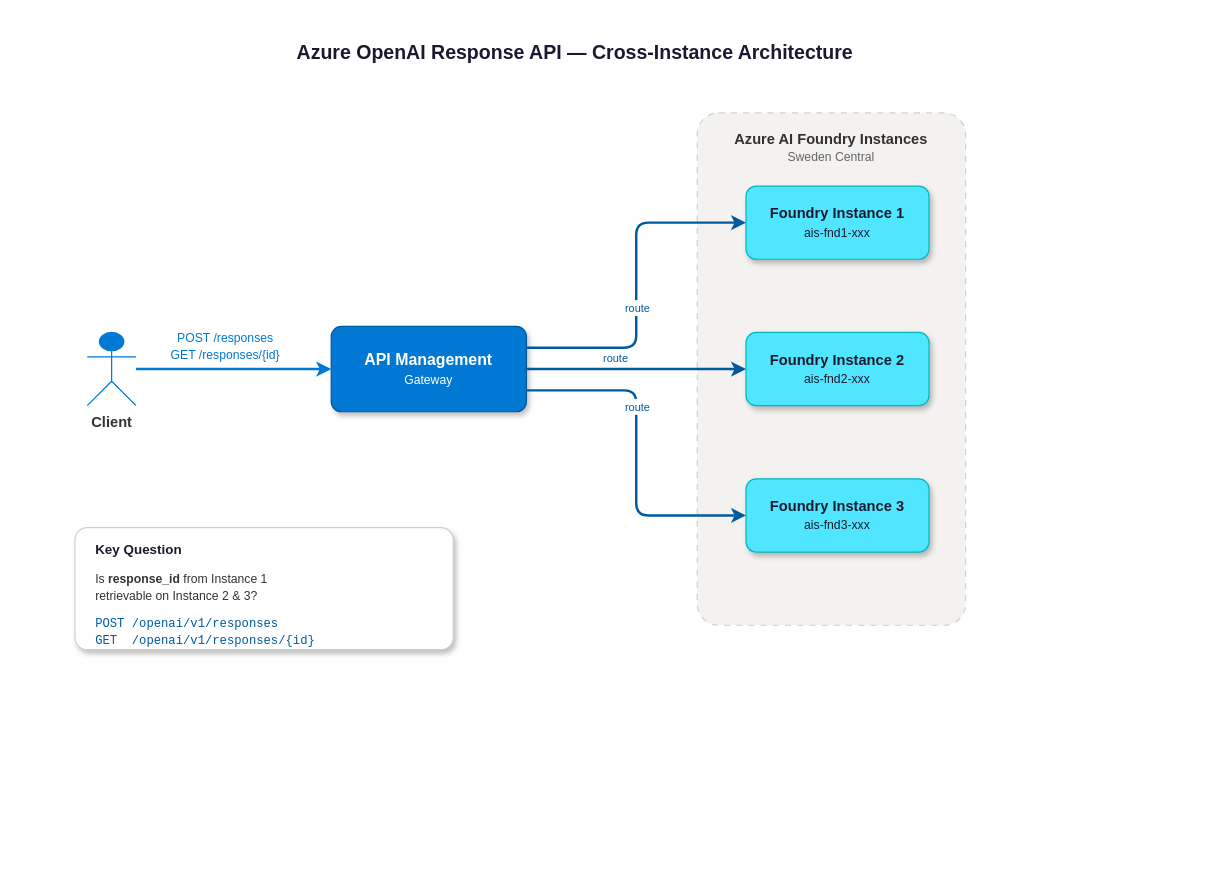
san360/response-api-state keeps this draw.io diagram as api.drawio. Above is the earlier version. Source tidied: cells renumbered, new cells numbered last; positions are measured from the earlier drawing's top-left corner, leaving out a move shared by most shapes. Both pictures are drawn from the tidied source at 122%, with x=0, y=0 at pixel (74, 27).
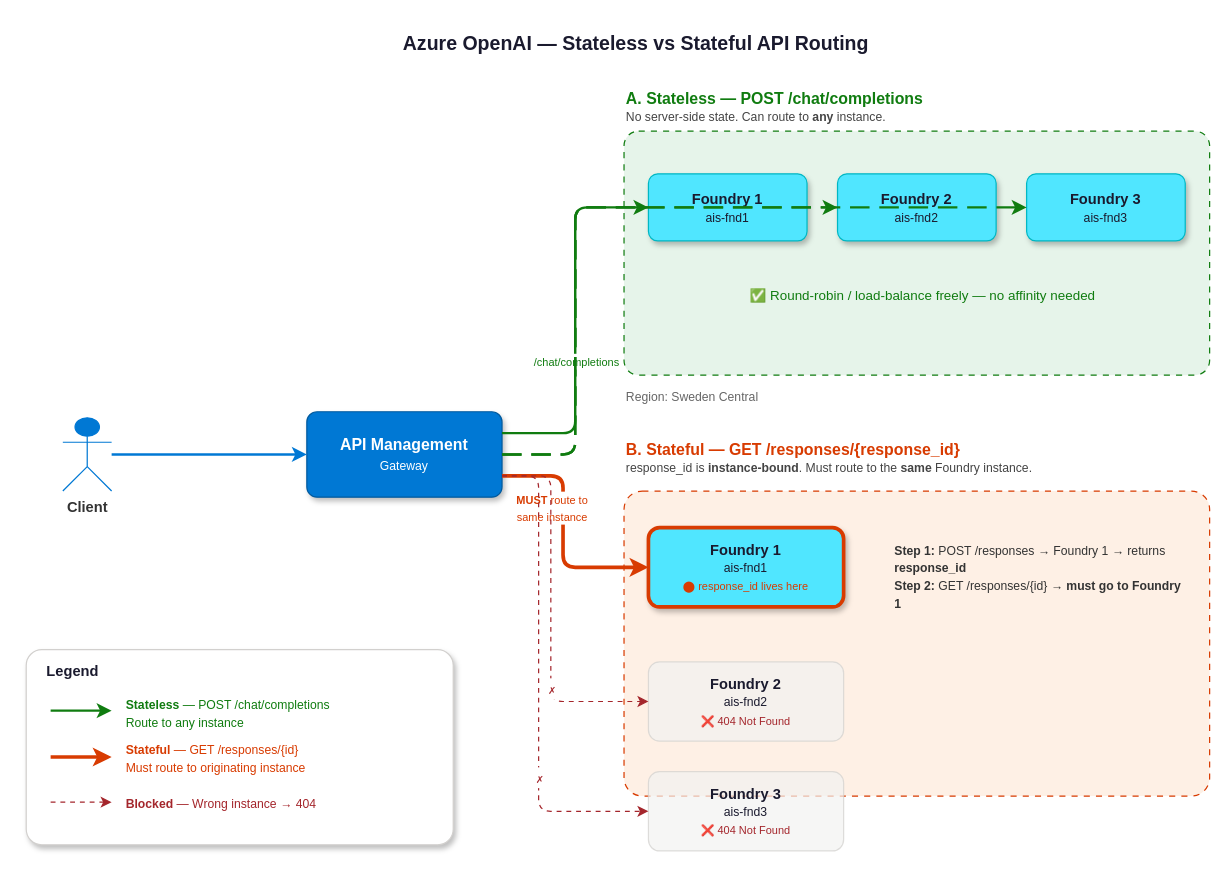
The same page after the edit.

The edit, as a diff of the source:
```diff
@@
-    <mxCell id="2" value="&lt;b&gt;Azure OpenAI Response API — Cross-Instance Architecture&lt;/b&gt;" style="text;html=1;align=center;verticalAlign=middle;whiteSpace=wrap;rounded=0;fontSize=16;fontColor=#1A1A2E;" parent="1" vertex="1">
-      <mxGeometry x="130" width="560" height="40" as="geometry" />
+    <mxCell id="2" value="&lt;b style=&quot;font-size:16px;&quot;&gt;Azure OpenAI — Stateless vs Stateful API Routing&lt;/b&gt;" style="text;html=1;align=center;verticalAlign=middle;whiteSpace=wrap;rounded=0;fontColor=#1A1A2E;" parent="1" vertex="1">
+      <mxGeometry x="180" y="-5" width="560" height="35" as="geometry" />
     </mxCell>
     <mxCell id="3" value="Client" style="shape=umlActor;verticalLabelPosition=bottom;verticalAlign=top;html=1;outlineConnect=0;fillColor=#0078D4;fontColor=#333333;strokeColor=#0078D4;fontSize=12;fontStyle=1;" parent="1" vertex="1">
-      <mxGeometry x="10" y="250" width="40" height="60" as="geometry" />
+      <mxGeometry x="-10" y="320" width="40" height="60" as="geometry" />
     </mxCell>
     <mxCell id="4" value="&lt;b&gt;API Management&lt;/b&gt;&lt;br&gt;&lt;font style=&quot;font-size:10px;&quot;&gt;Gateway&lt;/font&gt;" style="rounded=1;whiteSpace=wrap;html=1;fillColor=#0078D4;fontColor=#FFFFFF;strokeColor=#005A9E;arcSize=12;shadow=1;fontSize=13;" parent="1" vertex="1">
-      <mxGeometry x="210" y="245" width="160" height="70" as="geometry" />
+      <mxGeometry x="190" y="315" width="160" height="70" as="geometry" />
     </mxCell>
+    <mxCell id="9" style="edgeStyle=orthogonalEdgeStyle;html=1;rounded=1;strokeColor=#0078D4;strokeWidth=2;entryX=0;entryY=0.5;entryDx=0;entryDy=0;" parent="1" edge="1" source="3" target="4">
+      <mxGeometry relative="1" as="geometry" />
+    </mxCell>
+    <mxCell id="21" value="&lt;b style=&quot;font-size:13px;color:#107C10;&quot;&gt;A. Stateless — POST /chat/completions&lt;/b&gt;&lt;br&gt;&lt;font style=&quot;font-size:10px;color:#444;&quot;&gt;No server-side state. Can route to &lt;b&gt;any&lt;/b&gt; instance.&lt;/font&gt;" style="text;html=1;align=left;verticalAlign=middle;whiteSpace=wrap;rounded=0;" parent="1" vertex="1">
+      <mxGeometry x="450" y="45" width="360" height="40" as="geometry" />
+    </mxCell>
-    <mxCell id="5" value="&lt;b&gt;Azure AI Foundry Instances&lt;/b&gt;&lt;br&gt;&lt;font style=&quot;font-size:10px;color:#666;&quot;&gt;Sweden Central&lt;/font&gt;" style="rounded=1;whiteSpace=wrap;html=1;fillColor=#F3F2F1;strokeColor=#D2D0CE;dashed=1;dashPattern=5 5;verticalAlign=top;align=center;fontSize=12;fontColor=#323130;arcSize=8;spacingTop=8;" parent="1" vertex="1">
-      <mxGeometry x="510" y="70" width="220" height="420" as="geometry" />
+    <mxCell id="5" style="rounded=1;whiteSpace=wrap;html=1;fillColor=#E6F4EA;strokeColor=#107C10;dashed=1;dashPattern=5 5;verticalAlign=top;align=center;fontSize=12;fontColor=#323130;arcSize=6;" parent="1" vertex="1">
+      <mxGeometry x="450" y="85" width="480" height="200" as="geometry" />
     </mxCell>
-    <mxCell id="6" value="&lt;b&gt;Foundry Instance 1&lt;/b&gt;&lt;br&gt;&lt;font style=&quot;font-size:10px;&quot;&gt;ais-fnd1-xxx&lt;/font&gt;" style="rounded=1;whiteSpace=wrap;html=1;fillColor=#50E6FF;fontColor=#1A1A2E;strokeColor=#00B7C3;arcSize=14;shadow=1;fontSize=12;" parent="1" vertex="1">
-      <mxGeometry x="550" y="130" width="150" height="60" as="geometry" />
+    <mxCell id="6" value="&lt;b&gt;Foundry 1&lt;/b&gt;&lt;br&gt;&lt;font style=&quot;font-size:10px;&quot;&gt;ais-fnd1&lt;/font&gt;" style="rounded=1;whiteSpace=wrap;html=1;fillColor=#50E6FF;fontColor=#1A1A2E;strokeColor=#00B7C3;arcSize=14;shadow=1;fontSize=12;" parent="1" vertex="1">
+      <mxGeometry x="470" y="120" width="130" height="55" as="geometry" />
     </mxCell>
-    <mxCell id="7" value="&lt;b&gt;Foundry Instance 2&lt;/b&gt;&lt;br&gt;&lt;font style=&quot;font-size:10px;&quot;&gt;ais-fnd2-xxx&lt;/font&gt;" style="rounded=1;whiteSpace=wrap;html=1;fillColor=#50E6FF;fontColor=#1A1A2E;strokeColor=#00B7C3;arcSize=14;shadow=1;fontSize=12;" parent="1" vertex="1">
-      <mxGeometry x="550" y="250" width="150" height="60" as="geometry" />
+    <mxCell id="7" value="&lt;b&gt;Foundry 2&lt;/b&gt;&lt;br&gt;&lt;font style=&quot;font-size:10px;&quot;&gt;ais-fnd2&lt;/font&gt;" style="rounded=1;whiteSpace=wrap;html=1;fillColor=#50E6FF;fontColor=#1A1A2E;strokeColor=#00B7C3;arcSize=14;shadow=1;fontSize=12;" parent="1" vertex="1">
+      <mxGeometry x="625" y="120" width="130" height="55" as="geometry" />
     </mxCell>
-    <mxCell id="8" value="&lt;b&gt;Foundry Instance 3&lt;/b&gt;&lt;br&gt;&lt;font style=&quot;font-size:10px;&quot;&gt;ais-fnd3-xxx&lt;/font&gt;" style="rounded=1;whiteSpace=wrap;html=1;fillColor=#50E6FF;fontColor=#1A1A2E;strokeColor=#00B7C3;arcSize=14;shadow=1;fontSize=12;" parent="1" vertex="1">
-      <mxGeometry x="550" y="370" width="150" height="60" as="geometry" />
+    <mxCell id="8" value="&lt;b&gt;Foundry 3&lt;/b&gt;&lt;br&gt;&lt;font style=&quot;font-size:10px;&quot;&gt;ais-fnd3&lt;/font&gt;" style="rounded=1;whiteSpace=wrap;html=1;fillColor=#50E6FF;fontColor=#1A1A2E;strokeColor=#00B7C3;arcSize=14;shadow=1;fontSize=12;" parent="1" vertex="1">
+      <mxGeometry x="780" y="120" width="130" height="55" as="geometry" />
     </mxCell>
-    <mxCell id="9" style="edgeStyle=orthogonalEdgeStyle;html=1;rounded=1;strokeColor=#0078D4;strokeWidth=2;entryX=0;entryY=0.5;entryDx=0;entryDy=0;" parent="1" edge="1" source="3" target="4">
-      <mxGeometry relative="1" as="geometry" />
-    </mxCell>
-    <mxCell id="10" value="&lt;font style=&quot;font-size:10px;&quot;&gt;POST /responses&lt;br&gt;GET /responses/{id}&lt;/font&gt;" style="edgeLabel;html=1;align=center;verticalAlign=middle;fontColor=#0078D4;labelBackgroundColor=#FFFFFF;" parent="9" vertex="1">
-      <mxGeometry x="-0.1" relative="1" as="geometry">
-        <mxPoint y="-20" as="offset" />
-      </mxGeometry>
-    </mxCell>
+    <mxCell id="22" value="&lt;font style=&quot;font-size:11px;color:#107C10;&quot;&gt;✅ Round-robin / load-balance freely — no affinity needed&lt;/font&gt;" style="text;html=1;align=center;verticalAlign=middle;whiteSpace=wrap;rounded=0;" parent="1" vertex="1">
+      <mxGeometry x="500" y="205" width="390" height="30" as="geometry" />
+    </mxCell>
-    <mxCell id="11" style="edgeStyle=orthogonalEdgeStyle;html=1;rounded=1;strokeColor=#005A9E;strokeWidth=2;entryX=0;entryY=0.5;entryDx=0;entryDy=0;exitX=1;exitY=0.25;exitDx=0;exitDy=0;" parent="1" edge="1" source="4" target="6">
-      <mxGeometry relative="1" as="geometry" />
+    <mxCell id="11" style="edgeStyle=orthogonalEdgeStyle;html=1;rounded=1;strokeColor=#107C10;strokeWidth=2;exitX=1;exitY=0.25;exitDx=0;exitDy=0;entryX=0;entryY=0.5;entryDx=0;entryDy=0;" parent="1" edge="1" source="4" target="6">
+      <mxGeometry relative="1" as="geometry">
+        <Array as="points">
+          <mxPoint x="410" y="333" />
+          <mxPoint x="410" y="148" />
+        </Array>
+      </mxGeometry>
     </mxCell>
-    <mxCell id="12" value="&lt;font style=&quot;font-size:9px;&quot;&gt;route&lt;/font&gt;" style="edgeLabel;html=1;align=center;verticalAlign=middle;fontColor=#005A9E;labelBackgroundColor=#FFFFFF;" parent="11" vertex="1">
-      <mxGeometry x="-0.2" relative="1" as="geometry">
-        <mxPoint y="-10" as="offset" />
+    <mxCell id="12" value="&lt;font style=&quot;font-size:9px;color:#107C10;&quot;&gt;/chat/completions&lt;/font&gt;" style="edgeLabel;html=1;align=center;verticalAlign=middle;labelBackgroundColor=#FFFFFF;" parent="11" vertex="1">
+      <mxGeometry x="-0.3" relative="1" as="geometry">
+        <mxPoint y="-12" as="offset" />
       </mxGeometry>
     </mxCell>
-    <mxCell id="13" style="edgeStyle=orthogonalEdgeStyle;html=1;rounded=1;strokeColor=#005A9E;strokeWidth=2;entryX=0;entryY=0.5;entryDx=0;entryDy=0;exitX=1;exitY=0.5;exitDx=0;exitDy=0;" parent="1" edge="1" source="4" target="7">
-      <mxGeometry relative="1" as="geometry" />
+    <mxCell id="13" style="edgeStyle=orthogonalEdgeStyle;html=1;rounded=1;strokeColor=#107C10;strokeWidth=2;dashed=1;dashPattern=8 4;entryX=0;entryY=0.5;entryDx=0;entryDy=0;" parent="1" edge="1" source="4" target="7">
+      <mxGeometry relative="1" as="geometry">
+        <Array as="points">
+          <mxPoint x="410" y="350" />
+          <mxPoint x="410" y="148" />
+        </Array>
+      </mxGeometry>
     </mxCell>
-    <mxCell id="14" value="&lt;font style=&quot;font-size:9px;&quot;&gt;route&lt;/font&gt;" style="edgeLabel;html=1;align=center;verticalAlign=middle;fontColor=#005A9E;labelBackgroundColor=#FFFFFF;" parent="13" vertex="1">
-      <mxGeometry x="-0.2" relative="1" as="geometry">
-        <mxPoint y="-10" as="offset" />
-      </mxGeometry>
-    </mxCell>
-    <mxCell id="15" style="edgeStyle=orthogonalEdgeStyle;html=1;rounded=1;strokeColor=#005A9E;strokeWidth=2;entryX=0;entryY=0.5;entryDx=0;entryDy=0;exitX=1;exitY=0.75;exitDx=0;exitDy=0;" parent="1" edge="1" source="4" target="8">
-      <mxGeometry relative="1" as="geometry" />
+    <mxCell id="15" style="edgeStyle=orthogonalEdgeStyle;html=1;rounded=1;strokeColor=#107C10;strokeWidth=2;dashed=1;dashPattern=8 4;entryX=0;entryY=0.5;entryDx=0;entryDy=0;" parent="1" edge="1" source="4" target="8">
+      <mxGeometry relative="1" as="geometry">
+        <Array as="points">
+          <mxPoint x="410" y="350" />
+          <mxPoint x="410" y="148" />
+        </Array>
+      </mxGeometry>
     </mxCell>
-    <mxCell id="16" value="&lt;font style=&quot;font-size:9px;&quot;&gt;route&lt;/font&gt;" style="edgeLabel;html=1;align=center;verticalAlign=middle;fontColor=#005A9E;labelBackgroundColor=#FFFFFF;" parent="15" vertex="1">
-      <mxGeometry x="-0.2" relative="1" as="geometry">
-        <mxPoint y="-10" as="offset" />
-      </mxGeometry>
-    </mxCell>
+    <mxCell id="23" value="&lt;b style=&quot;font-size:13px;color:#D83B01;&quot;&gt;B. Stateful — GET /responses/{response_id}&lt;/b&gt;&lt;br&gt;&lt;font style=&quot;font-size:10px;color:#444;&quot;&gt;response_id is &lt;b&gt;instance-bound&lt;/b&gt;. Must route to the &lt;b&gt;same&lt;/b&gt; Foundry instance.&lt;/font&gt;" style="text;html=1;align=left;verticalAlign=middle;whiteSpace=wrap;rounded=0;" parent="1" vertex="1">
+      <mxGeometry x="450" y="330" width="470" height="45" as="geometry" />
+    </mxCell>
+    <mxCell id="24" style="rounded=1;whiteSpace=wrap;html=1;fillColor=#FEF0E5;strokeColor=#D83B01;dashed=1;dashPattern=5 5;verticalAlign=top;align=center;fontSize=12;fontColor=#323130;arcSize=6;" parent="1" vertex="1">
+      <mxGeometry x="450" y="380" width="480" height="250" as="geometry" />
+    </mxCell>
+    <mxCell id="25" value="&lt;b&gt;Foundry 1&lt;/b&gt;&lt;br&gt;&lt;font style=&quot;font-size:10px;&quot;&gt;ais-fnd1&lt;/font&gt;&lt;br&gt;&lt;font style=&quot;font-size:9px;color:#D83B01;&quot;&gt;⬤ response_id lives here&lt;/font&gt;" style="rounded=1;whiteSpace=wrap;html=1;fillColor=#50E6FF;fontColor=#1A1A2E;strokeColor=#D83B01;strokeWidth=3;arcSize=14;shadow=1;fontSize=12;" parent="1" vertex="1">
+      <mxGeometry x="470" y="410" width="160" height="65" as="geometry" />
+    </mxCell>
+    <mxCell id="26" value="&lt;b&gt;Foundry 2&lt;/b&gt;&lt;br&gt;&lt;font style=&quot;font-size:10px;&quot;&gt;ais-fnd2&lt;/font&gt;&lt;br&gt;&lt;font style=&quot;font-size:9px;color:#A4262C;&quot;&gt;❌ 404 Not Found&lt;/font&gt;" style="rounded=1;whiteSpace=wrap;html=1;fillColor=#F3F2F1;fontColor=#1A1A2E;strokeColor=#D2D0CE;arcSize=14;shadow=0;fontSize=12;opacity=70;" parent="1" vertex="1">
+      <mxGeometry x="470" y="520" width="160" height="65" as="geometry" />
+    </mxCell>
+    <mxCell id="27" value="&lt;b&gt;Foundry 3&lt;/b&gt;&lt;br&gt;&lt;font style=&quot;font-size:10px;&quot;&gt;ais-fnd3&lt;/font&gt;&lt;br&gt;&lt;font style=&quot;font-size:9px;color:#A4262C;&quot;&gt;❌ 404 Not Found&lt;/font&gt;" style="rounded=1;whiteSpace=wrap;html=1;fillColor=#F3F2F1;fontColor=#1A1A2E;strokeColor=#D2D0CE;arcSize=14;shadow=0;fontSize=12;opacity=70;" parent="1" vertex="1">
+      <mxGeometry x="470" y="610" width="160" height="65" as="geometry" />
+    </mxCell>
+    <mxCell id="28" style="edgeStyle=orthogonalEdgeStyle;html=1;rounded=1;strokeColor=#D83B01;strokeWidth=3;entryX=0;entryY=0.5;entryDx=0;entryDy=0;exitX=1;exitY=0.75;exitDx=0;exitDy=0;" parent="1" edge="1" source="4" target="25">
+      <mxGeometry relative="1" as="geometry">
+        <Array as="points">
+          <mxPoint x="400" y="368" />
+          <mxPoint x="400" y="443" />
+        </Array>
+      </mxGeometry>
+    </mxCell>
+    <mxCell id="29" value="&lt;font style=&quot;font-size:9px;color:#D83B01;&quot;&gt;&lt;b&gt;MUST&lt;/b&gt; route to&lt;br&gt;same instance&lt;/font&gt;" style="edgeLabel;html=1;align=center;verticalAlign=middle;labelBackgroundColor=#FFFFFF;" parent="28" vertex="1">
+      <mxGeometry x="-0.2" relative="1" as="geometry">
+        <mxPoint x="-10" y="-2" as="offset" />
+      </mxGeometry>
+    </mxCell>
+    <mxCell id="30" style="edgeStyle=orthogonalEdgeStyle;html=1;rounded=1;strokeColor=#A4262C;strokeWidth=1;dashed=1;dashPattern=4 4;entryX=0;entryY=0.5;entryDx=0;entryDy=0;exitX=1;exitY=0.75;exitDx=0;exitDy=0;" parent="1" edge="1" source="4" target="26">
+      <mxGeometry relative="1" as="geometry">
+        <Array as="points">
+          <mxPoint x="390" y="368" />
+          <mxPoint x="390" y="553" />
+        </Array>
+      </mxGeometry>
+    </mxCell>
+    <mxCell id="31" value="&lt;font style=&quot;font-size:8px;color:#A4262C;&quot;&gt;✗&lt;/font&gt;" style="edgeLabel;html=1;align=center;verticalAlign=middle;labelBackgroundColor=#FFFFFF;fontSize=14;" parent="30" vertex="1">
+      <mxGeometry x="0.4" relative="1" as="geometry" />
+    </mxCell>
+    <mxCell id="32" style="edgeStyle=orthogonalEdgeStyle;html=1;rounded=1;strokeColor=#A4262C;strokeWidth=1;dashed=1;dashPattern=4 4;entryX=0;entryY=0.5;entryDx=0;entryDy=0;exitX=1;exitY=0.75;exitDx=0;exitDy=0;" parent="1" edge="1" source="4" target="27">
+      <mxGeometry relative="1" as="geometry">
+        <Array as="points">
+          <mxPoint x="380" y="368" />
+          <mxPoint x="380" y="643" />
+        </Array>
+      </mxGeometry>
+    </mxCell>
+    <mxCell id="33" value="&lt;font style=&quot;font-size:8px;color:#A4262C;&quot;&gt;✗&lt;/font&gt;" style="edgeLabel;html=1;align=center;verticalAlign=middle;labelBackgroundColor=#FFFFFF;fontSize=14;" parent="32" vertex="1">
+      <mxGeometry x="0.4" relative="1" as="geometry" />
+    </mxCell>
+    <mxCell id="34" value="&lt;font style=&quot;font-size:10px;&quot;&gt;&lt;b&gt;Step 1:&lt;/b&gt; POST /responses → Foundry 1 → returns &lt;b&gt;response_id&lt;/b&gt;&lt;br&gt;&lt;b&gt;Step 2:&lt;/b&gt; GET /responses/{id} → &lt;b&gt;must go to Foundry 1&lt;/b&gt;&lt;/font&gt;" style="text;html=1;align=left;verticalAlign=middle;whiteSpace=wrap;rounded=0;fontColor=#333;" parent="1" vertex="1">
+      <mxGeometry x="670" y="425" width="240" height="50" as="geometry" />
+    </mxCell>
-    <mxCell id="17" style="rounded=1;whiteSpace=wrap;html=1;fillColor=#FFFFFF;strokeColor=#D2D0CE;arcSize=10;shadow=1;" parent="1" vertex="1">
-      <mxGeometry y="410" width="310" height="100" as="geometry" />
+    <mxCell id="17" style="rounded=1;whiteSpace=wrap;html=1;fillColor=#FFFFFF;strokeColor=#D2D0CE;arcSize=8;shadow=1;" parent="1" vertex="1">
+      <mxGeometry x="-40" y="510" width="350" height="160" as="geometry" />
     </mxCell>
-    <mxCell id="18" value="&lt;b&gt;Key Question&lt;/b&gt;" style="text;html=1;align=left;verticalAlign=middle;whiteSpace=wrap;rounded=0;fontSize=11;fontColor=#1A1A2E;" parent="1" vertex="1">
-      <mxGeometry x="15" y="415" width="120" height="25" as="geometry" />
+    <mxCell id="18" value="&lt;b style=&quot;font-size:12px;&quot;&gt;Legend&lt;/b&gt;" style="text;html=1;align=left;verticalAlign=middle;whiteSpace=wrap;rounded=0;fontColor=#1A1A2E;" parent="1" vertex="1">
+      <mxGeometry x="-25" y="515" width="80" height="25" as="geometry" />
     </mxCell>
-    <mxCell id="19" value="&lt;font style=&quot;font-size:10px;&quot;&gt;Is &lt;b&gt;response_id&lt;/b&gt; from Instance 1&lt;br&gt;retrievable on Instance 2 &amp;amp; 3?&lt;/font&gt;" style="text;html=1;align=left;verticalAlign=top;whiteSpace=wrap;rounded=0;fontColor=#333333;" parent="1" vertex="1">
-      <mxGeometry x="15" y="438" width="200" height="35" as="geometry" />
-    </mxCell>
-    <mxCell id="20" value="&lt;font style=&quot;font-size:10px;color:#005A9E;&quot;&gt;POST /openai/v1/responses&lt;br&gt;GET&amp;nbsp; /openai/v1/responses/{id}&lt;/font&gt;" style="text;html=1;align=left;verticalAlign=top;whiteSpace=wrap;rounded=0;fontFamily=Consolas;" parent="1" vertex="1">
-      <mxGeometry x="15" y="475" width="280" height="30" as="geometry" />
-    </mxCell>
+    <mxCell id="35" style="endArrow=classic;html=1;strokeColor=#107C10;strokeWidth=2;" parent="1" edge="1">
+      <mxGeometry relative="1" as="geometry">
+        <mxPoint x="-20" y="560" as="sourcePoint" />
+        <mxPoint x="30" y="560" as="targetPoint" />
+      </mxGeometry>
+    </mxCell>
+    <mxCell id="36" value="&lt;font style=&quot;font-size:10px;&quot;&gt;&lt;b&gt;Stateless&lt;/b&gt; — POST /chat/completions&lt;br&gt;Route to any instance&lt;/font&gt;" style="text;html=1;align=left;verticalAlign=middle;whiteSpace=wrap;rounded=0;fontColor=#107C10;" parent="1" vertex="1">
+      <mxGeometry x="40" y="548" width="250" height="28" as="geometry" />
+    </mxCell>
+    <mxCell id="37" style="endArrow=classic;html=1;strokeColor=#D83B01;strokeWidth=3;" parent="1" edge="1">
+      <mxGeometry relative="1" as="geometry">
+        <mxPoint x="-20" y="598" as="sourcePoint" />
+        <mxPoint x="30" y="598" as="targetPoint" />
+      </mxGeometry>
+    </mxCell>
+    <mxCell id="38" value="&lt;font style=&quot;font-size:10px;&quot;&gt;&lt;b&gt;Stateful&lt;/b&gt; — GET /responses/{id}&lt;br&gt;Must route to originating instance&lt;/font&gt;" style="text;html=1;align=left;verticalAlign=middle;whiteSpace=wrap;rounded=0;fontColor=#D83B01;" parent="1" vertex="1">
+      <mxGeometry x="40" y="585" width="250" height="28" as="geometry" />
+    </mxCell>
+    <mxCell id="39" style="endArrow=classic;html=1;strokeColor=#A4262C;strokeWidth=1;dashed=1;dashPattern=4 4;" parent="1" edge="1">
+      <mxGeometry relative="1" as="geometry">
+        <mxPoint x="-20" y="635" as="sourcePoint" />
+        <mxPoint x="30" y="635" as="targetPoint" />
+      </mxGeometry>
+    </mxCell>
+    <mxCell id="40" value="&lt;font style=&quot;font-size:10px;&quot;&gt;&lt;b&gt;Blocked&lt;/b&gt; — Wrong instance → 404&lt;/font&gt;" style="text;html=1;align=left;verticalAlign=middle;whiteSpace=wrap;rounded=0;fontColor=#A4262C;" parent="1" vertex="1">
+      <mxGeometry x="40" y="623" width="250" height="25" as="geometry" />
+    </mxCell>
+    <mxCell id="41" value="&lt;font style=&quot;font-size:10px;color:#666;&quot;&gt;Region: Sweden Central&lt;/font&gt;" style="text;html=1;align=left;verticalAlign=middle;whiteSpace=wrap;rounded=0;" parent="1" vertex="1">
+      <mxGeometry x="450" y="290" width="160" height="25" as="geometry" />
+    </mxCell>
```
